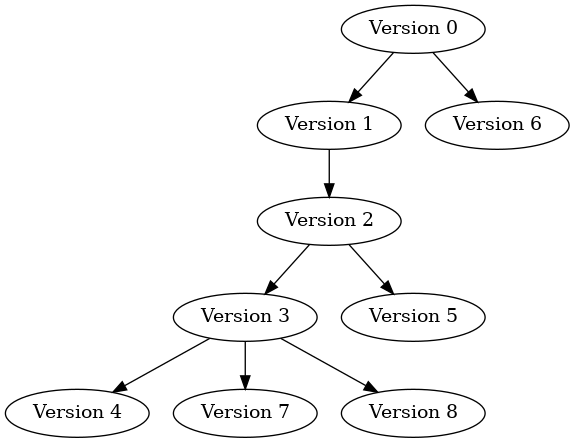
Earlier version of the Graphviz export TehniciWeb/Project/scripts/diagram.png (theodormoroianu/FirstYearCourses). Its source is kept beside it as TehniciWeb/Project/scripts/diagram.gv.
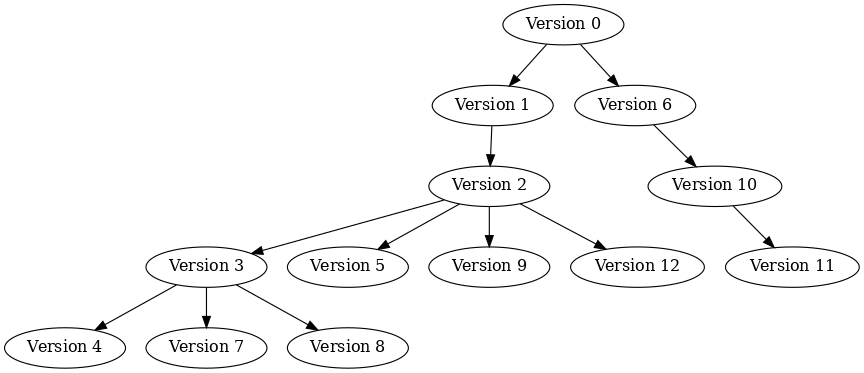
Above is the later version.

Change to the diagram source:
```diff
@@ -8,6 +8,10 @@
     "Version 6";
     "Version 7";
     "Version 8";
+    "Version 9";
+    "Version 10";
+    "Version 11";
+    "Version 12";
     "Version 0" -> "Version 1";
     "Version 1" -> "Version 2";
     "Version 2" -> "Version 3";
@@ -16,4 +20,8 @@
     "Version 0" -> "Version 6";
     "Version 3" -> "Version 7";
     "Version 3" -> "Version 8";
+    "Version 2" -> "Version 9";
+    "Version 6" -> "Version 10";
+    "Version 10" -> "Version 11";
+    "Version 2" -> "Version 12";
 }
```
